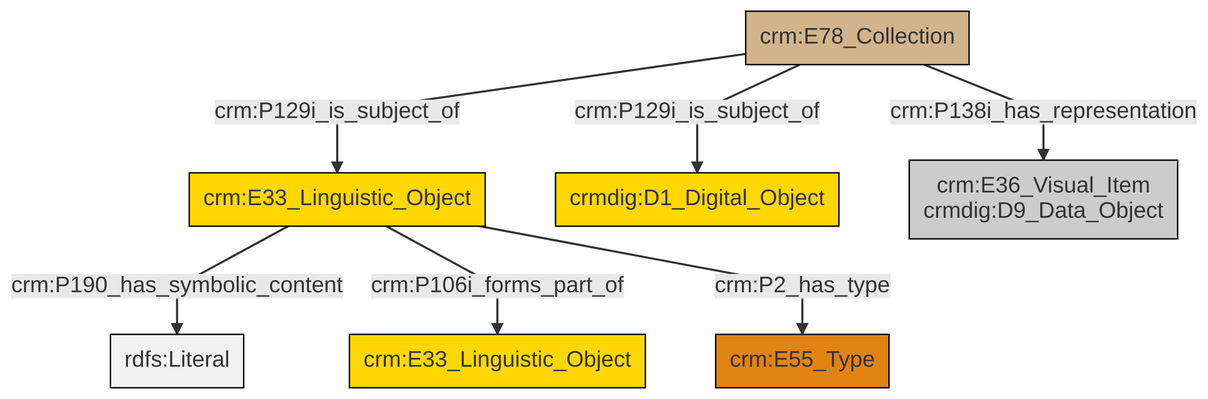
swiss-art-research-net/docs.swissartresearch keeps this Mermaid diagram as et/archivalCSV/ttl/mmd/png/archival_docs.png. Above is the earlier version. Its source is kept beside it as et/archivalCSV/ttl/mmd/archival_docs.ttl.mmd. Its diagram source:
```mermaid
graph TD
classDef Literal fill:#f2f2f2,stroke:#000000;
classDef CRM_Entity fill:#FFFFFF,stroke:#000000;
classDef Temporal_Entity fill:#00C9E6, stroke:#000000;
classDef Type fill:#E18312, stroke:#000000;
classDef Time-Span fill:#2C9C91, stroke:#000000;
classDef Appellation fill:#FFEB7F, stroke:#000000;
classDef Place fill:#008836, stroke:#000000;
classDef Persistent_Item fill:#B266B2, stroke:#000000;
classDef Conceptual_Object fill:#FFD700, stroke:#000000;
classDef Physical_Thing fill:#D2B48C, stroke:#000000;
classDef Actor fill:#f58aad, stroke:#000000;
classDef PC_Classes fill:#4ce600, stroke:#000000;
classDef Multi fill:#cccccc,stroke:#000000;

0["crm:E33_Linguistic_Object"]:::Conceptual_Object -->|crm:P190_has_symbolic_content| 1[rdfs:Literal]:::Literal
2["crm:E78_Collection"]:::Physical_Thing -->|crm:P129i_is_subject_of| 3["crmdig:D1_Digital_Object"]:::Conceptual_Object
0["crm:E33_Linguistic_Object"]:::Conceptual_Object -->|crm:P106i_forms_part_of| 4["crm:E33_Linguistic_Object"]:::Conceptual_Object
2["crm:E78_Collection"]:::Physical_Thing -->|crm:P138i_has_representation| 5["crm:E36_Visual_Item<br>crmdig:D9_Data_Object"]:::Multi
2["crm:E78_Collection"]:::Physical_Thing -->|crm:P129i_is_subject_of| 0["crm:E33_Linguistic_Object"]:::Conceptual_Object
0["crm:E33_Linguistic_Object"]:::Conceptual_Object -->|crm:P2_has_type| 9["crm:E55_Type"]:::Type
```
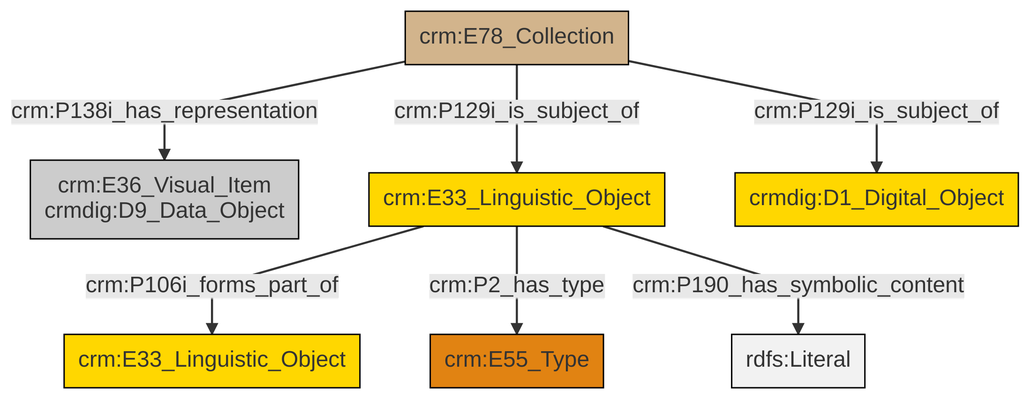
After the commit.

Diff of the diagram source:
```diff
@@ -13,9 +13,9 @@
 classDef PC_Classes fill:#4ce600, stroke:#000000;
 classDef Multi fill:#cccccc,stroke:#000000;
 
-0["crm:E33_Linguistic_Object"]:::Conceptual_Object -->|crm:P190_has_symbolic_content| 1[rdfs:Literal]:::Literal
-2["crm:E78_Collection"]:::Physical_Thing -->|crm:P129i_is_subject_of| 3["crmdig:D1_Digital_Object"]:::Conceptual_Object
-0["crm:E33_Linguistic_Object"]:::Conceptual_Object -->|crm:P106i_forms_part_of| 4["crm:E33_Linguistic_Object"]:::Conceptual_Object
-2["crm:E78_Collection"]:::Physical_Thing -->|crm:P138i_has_representation| 5["crm:E36_Visual_Item<br>crmdig:D9_Data_Object"]:::Multi
-2["crm:E78_Collection"]:::Physical_Thing -->|crm:P129i_is_subject_of| 0["crm:E33_Linguistic_Object"]:::Conceptual_Object
-0["crm:E33_Linguistic_Object"]:::Conceptual_Object -->|crm:P2_has_type| 9["crm:E55_Type"]:::Type
+0["crm:E78_Collection"]:::Physical_Thing -->|crm:P138i_has_representation| 1["crm:E36_Visual_Item<br>crmdig:D9_Data_Object"]:::Multi
+2["crm:E33_Linguistic_Object"]:::Conceptual_Object -->|crm:P106i_forms_part_of| 3["crm:E33_Linguistic_Object"]:::Conceptual_Object
+2["crm:E33_Linguistic_Object"]:::Conceptual_Object -->|crm:P2_has_type| 4["crm:E55_Type"]:::Type
+2["crm:E33_Linguistic_Object"]:::Conceptual_Object -->|crm:P190_has_symbolic_content| 9[rdfs:Literal]:::Literal
+0["crm:E78_Collection"]:::Physical_Thing -->|crm:P129i_is_subject_of| 10["crmdig:D1_Digital_Object"]:::Conceptual_Object
+0["crm:E78_Collection"]:::Physical_Thing -->|crm:P129i_is_subject_of| 2["crm:E33_Linguistic_Object"]:::Conceptual_Object
```
